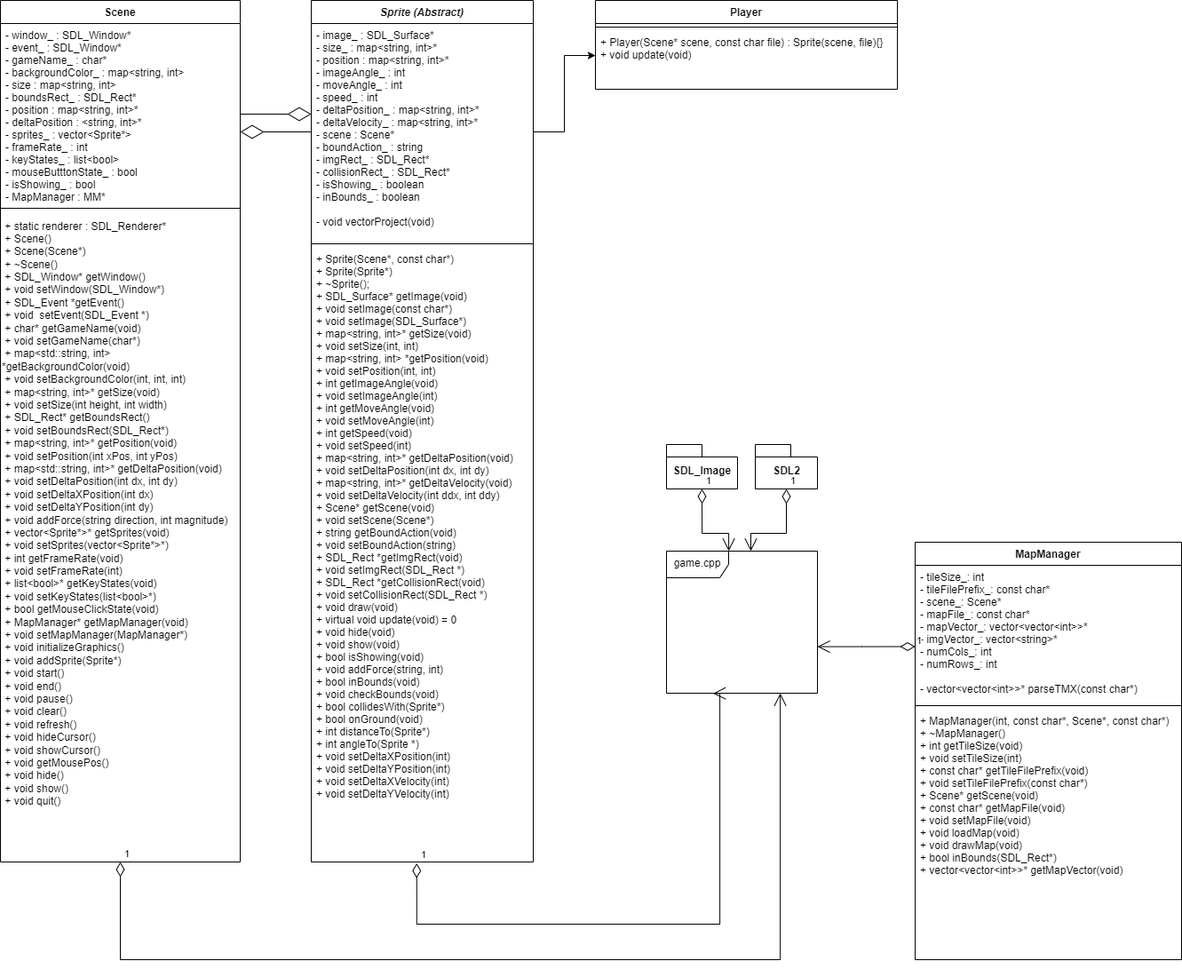
Before: Docs/UML.drawio.png, a diagram exported from draw.io (jsanson1747/Final-Project-Game). Source tidied: cells renumbered, new cells last; positions are measured from the earlier drawing's top-left corner, leaving out a move shared by most shapes.
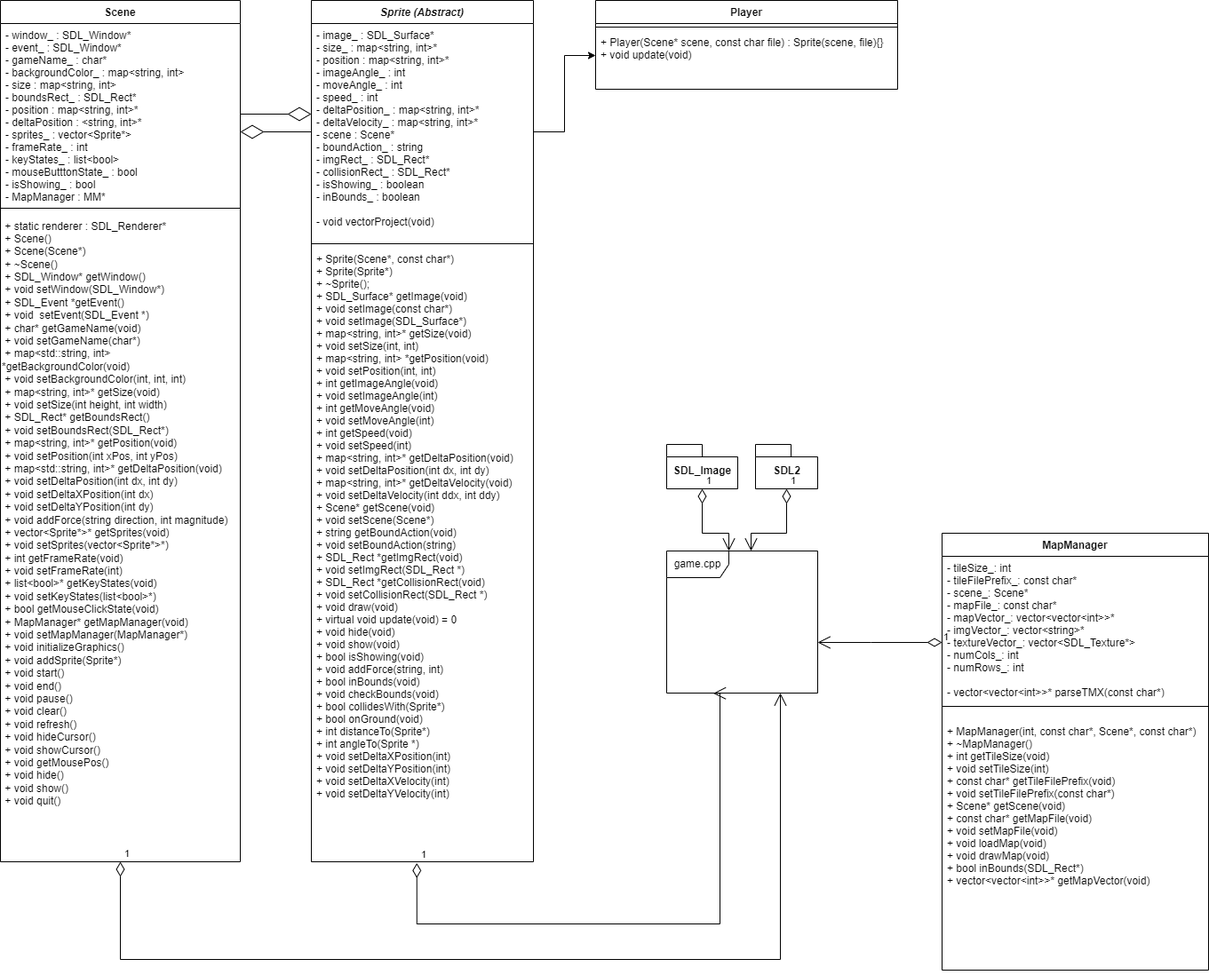
Later version of the same file.

Change to the diagram source:
```diff
@@ -49,16 +49,16 @@
       </mxGeometry>
     </mxCell>
     <mxCell id="16" value="MapManager" style="swimlane;fontStyle=1;align=center;verticalAlign=top;horizontal=1;startSize=26;" parent="1" vertex="1">
-      <mxGeometry x="1030" y="610" width="300" height="470" as="geometry" />
+      <mxGeometry x="1060" y="600" width="300" height="492" as="geometry" />
     </mxCell>
-    <mxCell id="17" value="- tileSize_: int&#10;- tileFilePrefix_: const char*&#10;- scene_: Scene*&#10;- mapFile_: const char*&#10;- mapVector_: vector&lt;vector&lt;int&gt;&gt;*&#10;- imgVector_: vector&lt;string&gt;*&#10;- numCols_: int&#10;- numRows_: int&#10;&#10;- vector&lt;vector&lt;int&gt;&gt;* parseTMX(const char*)&#10;" style="text;strokeColor=none;fillColor=none;align=left;verticalAlign=top;spacingLeft=4;spacingRight=4;overflow=hidden;" parent="16" vertex="1">
+    <mxCell id="17" value="- tileSize_: int&#10;- tileFilePrefix_: const char*&#10;- scene_: Scene*&#10;- mapFile_: const char*&#10;- mapVector_: vector&lt;vector&lt;int&gt;&gt;*&#10;- imgVector_: vector&lt;string&gt;*&#10;- textureVector_: vector&lt;SDL_Texture*&gt;&#10;- numCols_: int&#10;- numRows_: int&#10;&#10;- vector&lt;vector&lt;int&gt;&gt;* parseTMX(const char*)&#10;" style="text;strokeColor=none;fillColor=none;align=left;verticalAlign=top;spacingLeft=4;spacingRight=4;overflow=hidden;" parent="16" vertex="1">
       <mxGeometry y="26" width="300" height="154" as="geometry" />
     </mxCell>
     <mxCell id="18" style="line;strokeWidth=1;fillColor=none;align=left;verticalAlign=middle;spacingTop=-1;spacingLeft=3;spacingRight=3;labelPosition=right;strokeColor=inherit;" parent="16" vertex="1">
-      <mxGeometry y="180" width="300" height="8" as="geometry" />
+      <mxGeometry y="180" width="300" height="30" as="geometry" />
     </mxCell>
     <mxCell id="19" value="+ MapManager(int, const char*, Scene*, const char*)&#10;+ ~MapManager()&#10;+ int getTileSize(void)&#10;+ void setTileSize(int)&#10;+ const char* getTileFilePrefix(void)&#10;+ void setTileFilePrefix(const char*)&#10;+ Scene* getScene(void)&#10;+ const char* getMapFile(void)&#10;+ void setMapFile(void)&#10;+ void loadMap(void)&#10;+ void drawMap(void)&#10;+ bool inBounds(SDL_Rect*)&#10;+ vector&lt;vector&lt;int&gt;&gt;* getMapVector(void)" style="text;strokeColor=none;fillColor=none;align=left;verticalAlign=top;spacingLeft=4;spacingRight=4;overflow=hidden;" parent="16" vertex="1">
-      <mxGeometry y="188" width="300" height="282" as="geometry" />
+      <mxGeometry y="210" width="300" height="282" as="geometry" />
     </mxCell>
     <mxCell id="20" value="SDL2" style="shape=folder;fontStyle=1;spacingTop=10;tabWidth=40;tabHeight=14;tabPosition=left;html=1;" parent="1" vertex="1">
       <mxGeometry x="850" y="500" width="70" height="50" as="geometry" />
@@ -88,8 +88,8 @@
     <mxCell id="25" value="1" style="endArrow=open;html=1;endSize=12;startArrow=diamondThin;startSize=14;startFill=0;edgeStyle=orthogonalEdgeStyle;align=left;verticalAlign=bottom;rounded=0;exitX=0;exitY=0.25;exitDx=0;exitDy=0;" parent="1" edge="1" source="16" target="22">
       <mxGeometry x="-1" y="3" relative="1" as="geometry">
         <Array as="points">
-          <mxPoint x="970" y="728" />
-          <mxPoint x="970" y="728" />
+          <mxPoint x="980" y="723" />
+          <mxPoint x="980" y="723" />
         </Array>
       </mxGeometry>
     </mxCell>
```
